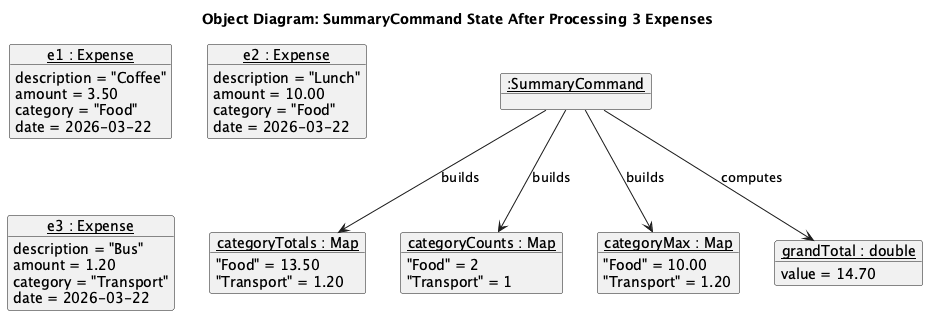
Earlier version of the PlantUML export docs/images/SummaryObjectDiagram.png (AbhijitBalajee/tp).
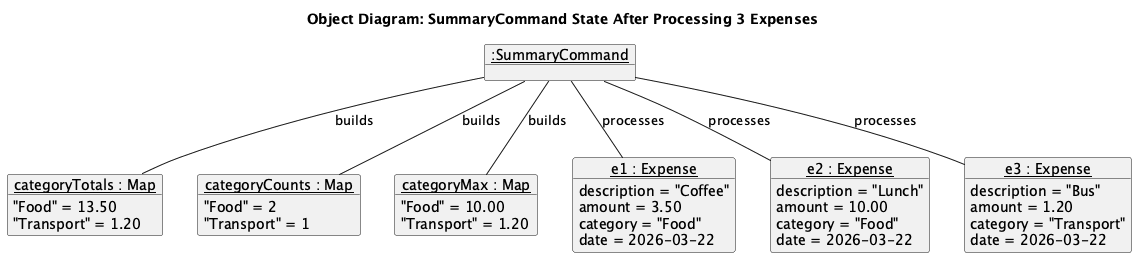
Above is the later version.

Commit message:
fix: object diagram — remove primitive double object, add expense links, use plain lines

Change to the diagram source:
```diff
@@ -22,10 +22,6 @@
     "Transport" = 1.20
 }
 
-object "<u>grandTotal : double</u>" as gt {
-    value = 14.70
-}
-
 object "<u>e1 : Expense</u>" as e1 {
     description = "Coffee"
     amount = 3.50
@@ -47,9 +43,12 @@
     date = 2026-03-22
 }
 
-sc --> ct : builds
-sc --> cc : builds
-sc --> cm : builds
-sc --> gt : computes
+sc -- ct : builds
+sc -- cc : builds
+sc -- cm : builds
+
+sc -- e1 : processes
+sc -- e2 : processes
+sc -- e3 : processes
 
 @enduml
```
